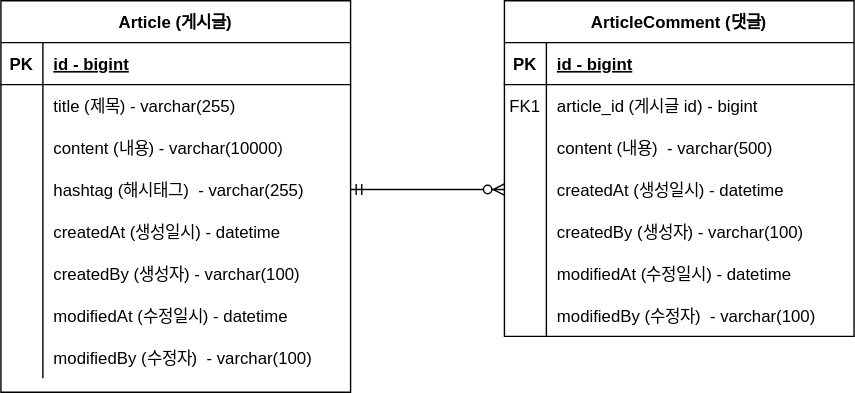
This is document/spring-board-gradle-erd.svg from moner050/spring-board-gradle, a draw.io export, as it was before one commit. Source tidied: cells renumbered, new cells last; positions are measured from the earlier drawing's top-left corner, leaving out a move shared by most shapes.
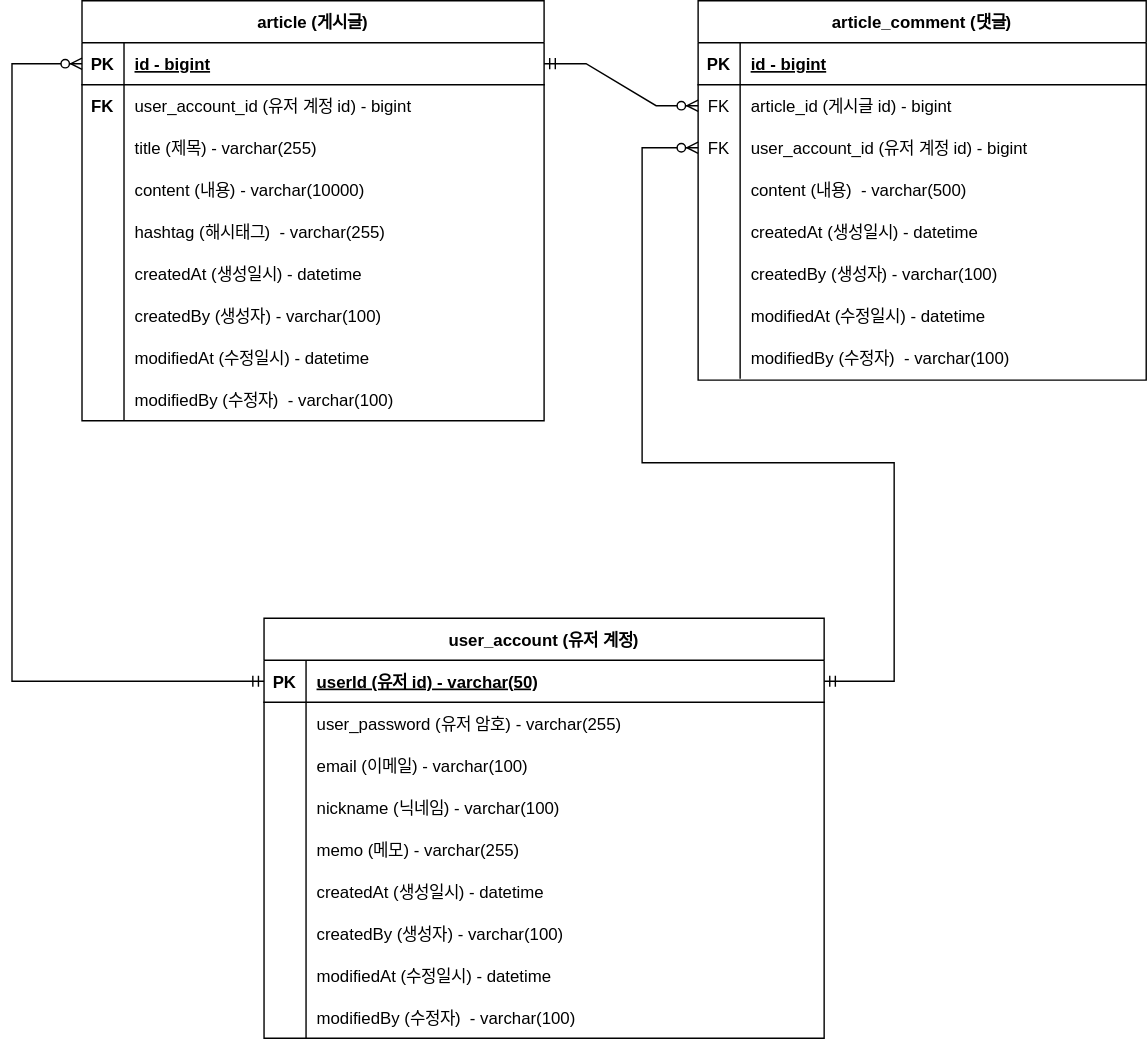
After the commit.

Commit message:
#27 - ERD 에 user_account 추가 및 유니크키 설정

The edit, as a diff of the source:
```diff
@@ -4,7 +4,7 @@
     <mxCell id="1" parent="0" />
-    <mxCell id="2" value="ArticleComment (댓글)" style="shape=table;startSize=30;rowLines=0;fontStyle=1;align=center;" parent="1" vertex="1">
-      <mxGeometry x="360" width="250" height="240" as="geometry" />
+    <mxCell id="2" value="article_comment (댓글)" style="shape=table;startSize=30;rowLines=0;fontStyle=1;align=center;" parent="1" vertex="1">
+      <mxGeometry x="400" y="-70" width="320" height="271" as="geometry" />
     </mxCell>
     <mxCell id="3" style="shape=partialRectangle;fillColor=none;top=0;left=0;right=0;bottom=1;" parent="2" vertex="1">
-      <mxGeometry y="30" width="250" height="30" as="geometry" />
+      <mxGeometry y="30" width="320" height="30" as="geometry" />
     </mxCell>
@@ -14,8 +14,8 @@
     <mxCell id="5" value="id - bigint" style="shape=partialRectangle;overflow=hidden;fillColor=none;top=0;left=0;bottom=0;right=0;align=left;spacingLeft=6;fontStyle=5;" parent="3" vertex="1">
-      <mxGeometry x="30" width="220" height="30" as="geometry" />
+      <mxGeometry x="30" width="290" height="30" as="geometry" />
     </mxCell>
     <mxCell id="6" style="shape=partialRectangle;fillColor=none;points=[[0,0.5],[1,0.5]];portConstraint=eastwest;top=0;left=0;right=0;bottom=0;" parent="2" vertex="1">
-      <mxGeometry y="60" width="250" height="30" as="geometry" />
+      <mxGeometry y="60" width="320" height="30" as="geometry" />
     </mxCell>
-    <mxCell id="7" value="FK1" style="shape=partialRectangle;overflow=hidden;fillColor=none;top=0;left=0;bottom=0;right=0;" parent="6" vertex="1">
+    <mxCell id="7" value="FK" style="shape=partialRectangle;overflow=hidden;fillColor=none;top=0;left=0;bottom=0;right=0;" parent="6" vertex="1">
       <mxGeometry width="30" height="30" as="geometry" />
@@ -23,15 +23,24 @@
     <mxCell id="8" value="article_id (게시글 id) - bigint" style="shape=partialRectangle;overflow=hidden;fillColor=none;top=0;left=0;bottom=0;right=0;align=left;spacingLeft=6;" parent="6" vertex="1">
-      <mxGeometry x="30" width="220" height="30" as="geometry" />
+      <mxGeometry x="30" width="290" height="30" as="geometry" />
     </mxCell>
     <mxCell id="9" style="shape=partialRectangle;fillColor=none;points=[[0,0.5],[1,0.5]];portConstraint=eastwest;top=0;left=0;right=0;bottom=0;" parent="2" vertex="1">
-      <mxGeometry y="90" width="250" height="30" as="geometry" />
+      <mxGeometry y="90" width="320" height="30" as="geometry" />
     </mxCell>
-    <mxCell id="10" style="shape=partialRectangle;overflow=hidden;fillColor=none;top=0;left=0;bottom=0;right=0;" parent="9" vertex="1">
+    <mxCell id="10" value="FK" style="shape=partialRectangle;overflow=hidden;fillColor=none;top=0;left=0;bottom=0;right=0;" parent="9" vertex="1">
       <mxGeometry width="30" height="30" as="geometry" />
     </mxCell>
-    <mxCell id="11" value="content (내용)  - varchar(500)" style="shape=partialRectangle;overflow=hidden;fillColor=none;top=0;left=0;bottom=0;right=0;align=left;spacingLeft=6;" parent="9" vertex="1">
-      <mxGeometry x="30" width="220" height="30" as="geometry" />
+    <mxCell id="11" value="user_account_id (유저 계정 id) - bigint" style="shape=partialRectangle;overflow=hidden;fillColor=none;top=0;left=0;bottom=0;right=0;align=left;spacingLeft=6;" parent="9" vertex="1">
+      <mxGeometry x="30" width="290" height="30" as="geometry" />
     </mxCell>
+    <mxCell id="50" style="shape=partialRectangle;fillColor=none;top=0;left=0;right=0;bottom=0;" parent="2" vertex="1">
+      <mxGeometry y="120" width="320" height="30" as="geometry" />
+    </mxCell>
+    <mxCell id="51" style="shape=partialRectangle;overflow=hidden;fillColor=none;top=0;left=0;bottom=0;right=0;" parent="50" vertex="1">
+      <mxGeometry width="30" height="30" as="geometry" />
+    </mxCell>
+    <mxCell id="52" value="content (내용)  - varchar(500)" style="shape=partialRectangle;overflow=hidden;fillColor=none;top=0;left=0;bottom=0;right=0;align=left;spacingLeft=6;" parent="50" vertex="1">
+      <mxGeometry x="30" width="290" height="30" as="geometry" />
+    </mxCell>
     <mxCell id="12" style="shape=partialRectangle;fillColor=none;points=[[0,0.5],[1,0.5]];portConstraint=eastwest;top=0;left=0;right=0;bottom=0;" parent="2" vertex="1">
-      <mxGeometry y="120" width="250" height="30" as="geometry" />
+      <mxGeometry y="150" width="320" height="30" as="geometry" />
     </mxCell>
@@ -41,6 +50,6 @@
     <mxCell id="14" value="createdAt (생성일시) - datetime" style="shape=partialRectangle;overflow=hidden;fillColor=none;top=0;left=0;bottom=0;right=0;align=left;spacingLeft=6;" parent="12" vertex="1">
-      <mxGeometry x="30" width="220" height="30" as="geometry" />
+      <mxGeometry x="30" width="290" height="30" as="geometry" />
     </mxCell>
     <mxCell id="15" style="shape=partialRectangle;fillColor=none;top=0;left=0;right=0;bottom=0;" parent="2" vertex="1">
-      <mxGeometry y="150" width="250" height="30" as="geometry" />
+      <mxGeometry y="180" width="320" height="30" as="geometry" />
     </mxCell>
@@ -50,6 +59,6 @@
     <mxCell id="17" value="createdBy (생성자) - varchar(100)" style="shape=partialRectangle;overflow=hidden;fillColor=none;top=0;left=0;bottom=0;right=0;align=left;spacingLeft=6;" parent="15" vertex="1">
-      <mxGeometry x="30" width="220" height="30" as="geometry" />
+      <mxGeometry x="30" width="290" height="30" as="geometry" />
     </mxCell>
     <mxCell id="18" style="shape=partialRectangle;fillColor=none;top=0;left=0;right=0;bottom=0;" parent="2" vertex="1">
-      <mxGeometry y="180" width="250" height="30" as="geometry" />
+      <mxGeometry y="210" width="320" height="30" as="geometry" />
     </mxCell>
@@ -59,6 +68,6 @@
     <mxCell id="20" value="modifiedAt (수정일시) - datetime" style="shape=partialRectangle;overflow=hidden;fillColor=none;top=0;left=0;bottom=0;right=0;align=left;spacingLeft=6;" parent="18" vertex="1">
-      <mxGeometry x="30" width="220" height="30" as="geometry" />
+      <mxGeometry x="30" width="290" height="30" as="geometry" />
     </mxCell>
     <mxCell id="21" style="shape=partialRectangle;fillColor=none;top=0;left=0;right=0;bottom=0;" parent="2" vertex="1">
-      <mxGeometry y="210" width="250" height="30" as="geometry" />
+      <mxGeometry y="240" width="320" height="30" as="geometry" />
     </mxCell>
@@ -68,9 +77,9 @@
     <mxCell id="23" value="modifiedBy (수정자)  - varchar(100)" style="shape=partialRectangle;overflow=hidden;fillColor=none;top=0;left=0;bottom=0;right=0;align=left;spacingLeft=6;" parent="21" vertex="1">
-      <mxGeometry x="30" width="220" height="30" as="geometry" />
+      <mxGeometry x="30" width="290" height="30" as="geometry" />
     </mxCell>
-    <mxCell id="24" value="Article (게시글)" style="shape=table;startSize=30;rowLines=0;fontStyle=1;align=center;" parent="1" vertex="1">
-      <mxGeometry width="250" height="280" as="geometry" />
+    <mxCell id="24" value="article (게시글)" style="shape=table;startSize=30;rowLines=0;fontStyle=1;align=center;" parent="1" vertex="1">
+      <mxGeometry x="-40" y="-70" width="330" height="300" as="geometry" />
     </mxCell>
     <mxCell id="25" style="shape=partialRectangle;fillColor=none;points=[[0,0.5],[1,0.5]];portConstraint=eastwest;top=0;left=0;right=0;bottom=1;" parent="24" vertex="1">
-      <mxGeometry y="30" width="250" height="30" as="geometry" />
+      <mxGeometry y="30" width="330" height="30" as="geometry" />
     </mxCell>
@@ -80,15 +89,24 @@
     <mxCell id="27" value="id - bigint" style="shape=partialRectangle;overflow=hidden;fillColor=none;top=0;left=0;bottom=0;right=0;align=left;spacingLeft=6;fontStyle=5;" parent="25" vertex="1">
-      <mxGeometry x="30" width="220" height="30" as="geometry" />
+      <mxGeometry x="30" width="300" height="30" as="geometry" />
     </mxCell>
     <mxCell id="28" style="shape=partialRectangle;fillColor=none;top=0;left=0;right=0;bottom=0;" parent="24" vertex="1">
-      <mxGeometry y="60" width="250" height="30" as="geometry" />
+      <mxGeometry y="60" width="330" height="30" as="geometry" />
     </mxCell>
-    <mxCell id="29" style="shape=partialRectangle;overflow=hidden;fillColor=none;top=0;left=0;bottom=0;right=0;" parent="28" vertex="1">
+    <mxCell id="29" value="FK" style="shape=partialRectangle;overflow=hidden;fillColor=none;top=0;left=0;bottom=0;right=0;fontStyle=1;" parent="28" vertex="1">
       <mxGeometry width="30" height="30" as="geometry" />
     </mxCell>
-    <mxCell id="30" value="title (제목) - varchar(255)" style="shape=partialRectangle;overflow=hidden;fillColor=none;top=0;left=0;bottom=0;right=0;align=left;spacingLeft=6;" parent="28" vertex="1">
-      <mxGeometry x="30" width="220" height="30" as="geometry" />
+    <mxCell id="30" value="user_account_id (유저 계정 id) - bigint" style="shape=partialRectangle;overflow=hidden;fillColor=none;top=0;left=0;bottom=0;right=0;align=left;spacingLeft=6;" parent="28" vertex="1">
+      <mxGeometry x="30" width="300" height="30" as="geometry" />
     </mxCell>
+    <mxCell id="53" style="shape=partialRectangle;fillColor=none;top=0;left=0;right=0;bottom=0;" parent="24" vertex="1">
+      <mxGeometry y="90" width="330" height="30" as="geometry" />
+    </mxCell>
+    <mxCell id="54" style="shape=partialRectangle;overflow=hidden;fillColor=none;top=0;left=0;bottom=0;right=0;fontStyle=1;" parent="53" vertex="1">
+      <mxGeometry width="30" height="30" as="geometry" />
+    </mxCell>
+    <mxCell id="55" value="title (제목) - varchar(255)" style="shape=partialRectangle;overflow=hidden;fillColor=none;top=0;left=0;bottom=0;right=0;align=left;spacingLeft=6;" parent="53" vertex="1">
+      <mxGeometry x="30" width="300" height="30" as="geometry" />
+    </mxCell>
     <mxCell id="31" style="shape=partialRectangle;fillColor=none;top=0;left=0;right=0;bottom=0;" parent="24" vertex="1">
-      <mxGeometry y="90" width="250" height="30" as="geometry" />
+      <mxGeometry y="120" width="330" height="30" as="geometry" />
     </mxCell>
@@ -98,6 +116,6 @@
     <mxCell id="33" value="content (내용) - varchar(10000)" style="shape=partialRectangle;overflow=hidden;fillColor=none;top=0;left=0;bottom=0;right=0;align=left;spacingLeft=6;" parent="31" vertex="1">
-      <mxGeometry x="30" width="220" height="30" as="geometry" />
+      <mxGeometry x="30" width="300" height="30" as="geometry" />
     </mxCell>
     <mxCell id="34" style="shape=partialRectangle;fillColor=none;points=[[0,0.5],[1,0.5]];portConstraint=eastwest;top=0;left=0;right=0;bottom=0;" parent="24" vertex="1">
-      <mxGeometry y="120" width="250" height="30" as="geometry" />
+      <mxGeometry y="150" width="330" height="30" as="geometry" />
     </mxCell>
@@ -107,6 +125,6 @@
     <mxCell id="36" value="hashtag (해시태그)  - varchar(255)" style="shape=partialRectangle;overflow=hidden;fillColor=none;top=0;left=0;bottom=0;right=0;align=left;spacingLeft=6;" parent="34" vertex="1">
-      <mxGeometry x="30" width="220" height="30" as="geometry" />
+      <mxGeometry x="30" width="300" height="30" as="geometry" />
     </mxCell>
     <mxCell id="37" style="shape=partialRectangle;fillColor=none;top=0;left=0;right=0;bottom=0;" parent="24" vertex="1">
-      <mxGeometry y="150" width="250" height="30" as="geometry" />
+      <mxGeometry y="180" width="330" height="30" as="geometry" />
     </mxCell>
@@ -116,6 +134,6 @@
     <mxCell id="39" value="createdAt (생성일시) - datetime" style="shape=partialRectangle;overflow=hidden;fillColor=none;top=0;left=0;bottom=0;right=0;align=left;spacingLeft=6;" parent="37" vertex="1">
-      <mxGeometry x="30" width="220" height="30" as="geometry" />
+      <mxGeometry x="30" width="300" height="30" as="geometry" />
     </mxCell>
     <mxCell id="40" style="shape=partialRectangle;fillColor=none;top=0;left=0;right=0;bottom=0;" parent="24" vertex="1">
-      <mxGeometry y="180" width="250" height="30" as="geometry" />
+      <mxGeometry y="210" width="330" height="30" as="geometry" />
     </mxCell>
@@ -125,6 +143,6 @@
     <mxCell id="42" value="createdBy (생성자) - varchar(100)" style="shape=partialRectangle;overflow=hidden;fillColor=none;top=0;left=0;bottom=0;right=0;align=left;spacingLeft=6;" parent="40" vertex="1">
-      <mxGeometry x="30" width="220" height="30" as="geometry" />
+      <mxGeometry x="30" width="300" height="30" as="geometry" />
     </mxCell>
     <mxCell id="43" style="shape=partialRectangle;fillColor=none;top=0;left=0;right=0;bottom=0;" parent="24" vertex="1">
-      <mxGeometry y="210" width="250" height="30" as="geometry" />
+      <mxGeometry y="240" width="330" height="30" as="geometry" />
     </mxCell>
@@ -134,6 +152,6 @@
     <mxCell id="45" value="modifiedAt (수정일시) - datetime" style="shape=partialRectangle;overflow=hidden;fillColor=none;top=0;left=0;bottom=0;right=0;align=left;spacingLeft=6;" parent="43" vertex="1">
-      <mxGeometry x="30" width="220" height="30" as="geometry" />
+      <mxGeometry x="30" width="300" height="30" as="geometry" />
     </mxCell>
     <mxCell id="46" style="shape=partialRectangle;fillColor=none;top=0;left=0;right=0;bottom=0;" parent="24" vertex="1">
-      <mxGeometry y="240" width="250" height="30" as="geometry" />
+      <mxGeometry y="270" width="330" height="30" as="geometry" />
     </mxCell>
@@ -143,7 +161,109 @@
     <mxCell id="48" value="modifiedBy (수정자)  - varchar(100)" style="shape=partialRectangle;overflow=hidden;fillColor=none;top=0;left=0;bottom=0;right=0;align=left;spacingLeft=6;" parent="46" vertex="1">
-      <mxGeometry x="30" width="220" height="30" as="geometry" />
+      <mxGeometry x="30" width="300" height="30" as="geometry" />
     </mxCell>
-    <mxCell id="49" style="edgeStyle=entityRelationEdgeStyle;fontSize=12;html=1;endArrow=ERzeroToMany;startArrow=ERmandOne;rounded=0;entryX=0;entryY=0.5;entryDx=0;entryDy=0;exitX=1;exitY=0.5;exitDx=0;exitDy=0;" parent="1" edge="1" source="34" target="12">
+    <mxCell id="49" style="edgeStyle=entityRelationEdgeStyle;fontSize=12;html=1;endArrow=ERzeroToMany;startArrow=ERmandOne;rounded=0;entryX=0;entryY=0.5;entryDx=0;entryDy=0;exitX=1;exitY=0.5;exitDx=0;exitDy=0;" parent="1" edge="1" source="25" target="6">
       <mxGeometry relative="1" as="geometry" />
     </mxCell>
+    <mxCell id="56" value="user_account (유저 계정)" style="shape=table;startSize=30;rowLines=0;fontStyle=1;align=center;" parent="1" vertex="1">
+      <mxGeometry x="90" y="371" width="400" height="300" as="geometry" />
+    </mxCell>
+    <mxCell id="57" style="shape=tableRow;horizontal=0;startSize=0;swimlaneHead=0;swimlaneBody=0;fillColor=none;points=[[0,0.5],[1,0.5]];portConstraint=eastwest;top=0;left=0;right=0;bottom=1;" parent="56" vertex="1">
+      <mxGeometry y="30" width="400" height="30" as="geometry" />
+    </mxCell>
+    <mxCell id="58" value="PK" style="shape=partialRectangle;fillColor=none;top=0;left=0;bottom=0;right=0;fontStyle=1;overflow=hidden;" parent="57" vertex="1">
+      <mxGeometry width="30" height="30" as="geometry" />
+    </mxCell>
+    <mxCell id="59" value="userId (유저 id) - varchar(50)" style="shape=partialRectangle;fillColor=none;top=0;left=0;bottom=0;right=0;align=left;spacingLeft=6;fontStyle=5;overflow=hidden;" parent="57" vertex="1">
+      <mxGeometry x="30" width="370" height="30" as="geometry" />
+    </mxCell>
+    <mxCell id="60" style="shape=tableRow;horizontal=0;startSize=0;swimlaneHead=0;swimlaneBody=0;fillColor=none;top=0;left=0;right=0;bottom=0;" parent="56" vertex="1">
+      <mxGeometry y="60" width="400" height="30" as="geometry" />
+    </mxCell>
+    <mxCell id="61" style="shape=partialRectangle;fillColor=none;top=0;left=0;bottom=0;right=0;overflow=hidden;" parent="60" vertex="1">
+      <mxGeometry width="30" height="30" as="geometry" />
+    </mxCell>
+    <mxCell id="62" value="user_password (유저 암호) - varchar(255)" style="shape=partialRectangle;fillColor=none;top=0;left=0;bottom=0;right=0;align=left;spacingLeft=6;overflow=hidden;" parent="60" vertex="1">
+      <mxGeometry x="30" width="370" height="30" as="geometry" />
+    </mxCell>
+    <mxCell id="63" style="shape=tableRow;horizontal=0;startSize=0;swimlaneHead=0;swimlaneBody=0;fillColor=none;top=0;left=0;right=0;bottom=0;" parent="56" vertex="1">
+      <mxGeometry y="90" width="400" height="30" as="geometry" />
+    </mxCell>
+    <mxCell id="64" style="shape=partialRectangle;fillColor=none;top=0;left=0;bottom=0;right=0;overflow=hidden;" parent="63" vertex="1">
+      <mxGeometry width="30" height="30" as="geometry" />
+    </mxCell>
+    <mxCell id="65" value="email (이메일) - varchar(100)" style="shape=partialRectangle;fillColor=none;top=0;left=0;bottom=0;right=0;align=left;spacingLeft=6;overflow=hidden;" parent="63" vertex="1">
+      <mxGeometry x="30" width="370" height="30" as="geometry" />
+    </mxCell>
+    <mxCell id="66" style="shape=tableRow;horizontal=0;startSize=0;swimlaneHead=0;swimlaneBody=0;fillColor=none;top=0;left=0;right=0;bottom=0;" parent="56" vertex="1">
+      <mxGeometry y="120" width="400" height="30" as="geometry" />
+    </mxCell>
+    <mxCell id="67" style="shape=partialRectangle;fillColor=none;top=0;left=0;bottom=0;right=0;overflow=hidden;" parent="66" vertex="1">
+      <mxGeometry width="30" height="30" as="geometry" />
+    </mxCell>
+    <mxCell id="68" value="nickname (닉네임) - varchar(100)" style="shape=partialRectangle;fillColor=none;top=0;left=0;bottom=0;right=0;align=left;spacingLeft=6;overflow=hidden;" parent="66" vertex="1">
+      <mxGeometry x="30" width="370" height="30" as="geometry" />
+    </mxCell>
+    <mxCell id="69" style="shape=tableRow;horizontal=0;startSize=0;swimlaneHead=0;swimlaneBody=0;fillColor=none;top=0;left=0;right=0;bottom=0;" parent="56" vertex="1">
+      <mxGeometry y="150" width="400" height="30" as="geometry" />
+    </mxCell>
+    <mxCell id="70" style="shape=partialRectangle;fillColor=none;top=0;left=0;bottom=0;right=0;overflow=hidden;" parent="69" vertex="1">
+      <mxGeometry width="30" height="30" as="geometry" />
+    </mxCell>
+    <mxCell id="71" value="memo (메모) - varchar(255)" style="shape=partialRectangle;fillColor=none;top=0;left=0;bottom=0;right=0;align=left;spacingLeft=6;overflow=hidden;" parent="69" vertex="1">
+      <mxGeometry x="30" width="370" height="30" as="geometry" />
+    </mxCell>
+    <mxCell id="72" style="shape=tableRow;horizontal=0;startSize=0;swimlaneHead=0;swimlaneBody=0;fillColor=none;top=0;left=0;right=0;bottom=0;" parent="56" vertex="1">
+      <mxGeometry y="180" width="400" height="30" as="geometry" />
+    </mxCell>
+    <mxCell id="73" style="shape=partialRectangle;fillColor=none;top=0;left=0;bottom=0;right=0;overflow=hidden;" parent="72" vertex="1">
+      <mxGeometry width="30" height="30" as="geometry" />
+    </mxCell>
+    <mxCell id="74" value="createdAt (생성일시) - datetime" style="shape=partialRectangle;fillColor=none;top=0;left=0;bottom=0;right=0;align=left;spacingLeft=6;overflow=hidden;" parent="72" vertex="1">
+      <mxGeometry x="30" width="370" height="30" as="geometry" />
+    </mxCell>
+    <mxCell id="75" style="shape=tableRow;horizontal=0;startSize=0;swimlaneHead=0;swimlaneBody=0;fillColor=none;top=0;left=0;right=0;bottom=0;" parent="56" vertex="1">
+      <mxGeometry y="210" width="400" height="30" as="geometry" />
+    </mxCell>
+    <mxCell id="76" style="shape=partialRectangle;fillColor=none;top=0;left=0;bottom=0;right=0;overflow=hidden;" parent="75" vertex="1">
+      <mxGeometry width="30" height="30" as="geometry" />
+    </mxCell>
+    <mxCell id="77" value="createdBy (생성자) - varchar(100)" style="shape=partialRectangle;fillColor=none;top=0;left=0;bottom=0;right=0;align=left;spacingLeft=6;overflow=hidden;" parent="75" vertex="1">
+      <mxGeometry x="30" width="370" height="30" as="geometry" />
+    </mxCell>
+    <mxCell id="78" style="shape=tableRow;horizontal=0;startSize=0;swimlaneHead=0;swimlaneBody=0;fillColor=none;top=0;left=0;right=0;bottom=0;" parent="56" vertex="1">
+      <mxGeometry y="240" width="400" height="30" as="geometry" />
+    </mxCell>
+    <mxCell id="79" style="shape=partialRectangle;fillColor=none;top=0;left=0;bottom=0;right=0;overflow=hidden;" parent="78" vertex="1">
+      <mxGeometry width="30" height="30" as="geometry" />
+    </mxCell>
+    <mxCell id="80" value="modifiedAt (수정일시) - datetime" style="shape=partialRectangle;fillColor=none;top=0;left=0;bottom=0;right=0;align=left;spacingLeft=6;overflow=hidden;" parent="78" vertex="1">
+      <mxGeometry x="30" width="370" height="30" as="geometry" />
+    </mxCell>
+    <mxCell id="81" style="shape=tableRow;horizontal=0;startSize=0;swimlaneHead=0;swimlaneBody=0;fillColor=none;top=0;left=0;right=0;bottom=0;" parent="56" vertex="1">
+      <mxGeometry y="270" width="400" height="30" as="geometry" />
+    </mxCell>
+    <mxCell id="82" style="shape=partialRectangle;fillColor=none;top=0;left=0;bottom=0;right=0;overflow=hidden;" parent="81" vertex="1">
+      <mxGeometry width="30" height="30" as="geometry" />
+    </mxCell>
+    <mxCell id="83" value="modifiedBy (수정자)  - varchar(100)" style="shape=partialRectangle;fillColor=none;top=0;left=0;bottom=0;right=0;align=left;spacingLeft=6;overflow=hidden;" parent="81" vertex="1">
+      <mxGeometry x="30" width="370" height="30" as="geometry" />
+    </mxCell>
+    <mxCell id="84" style="edgeStyle=orthogonalEdgeStyle;fontSize=12;html=1;endArrow=ERzeroToMany;startArrow=ERmandOne;rounded=0;exitX=1;exitY=0.5;exitDx=0;exitDy=0;strokeColor=default;entryX=0;entryY=0.5;entryDx=0;entryDy=0;" parent="1" edge="1" source="57" target="9">
+      <mxGeometry relative="1" as="geometry">
+        <Array as="points">
+          <mxPoint x="540" y="416" />
+          <mxPoint x="540" y="260" />
+          <mxPoint x="360" y="260" />
+          <mxPoint x="360" y="35" />
+        </Array>
+      </mxGeometry>
+    </mxCell>
+    <mxCell id="85" style="edgeStyle=elbowEdgeStyle;fontSize=12;html=1;endArrow=ERzeroToMany;startArrow=ERmandOne;rounded=0;strokeColor=default;exitX=0;exitY=0.5;exitDx=0;exitDy=0;entryX=0;entryY=0.5;entryDx=0;entryDy=0;" parent="1" edge="1" source="57" target="25">
+      <mxGeometry relative="1" as="geometry">
+        <Array as="points">
+          <mxPoint x="-90" y="190" />
+          <mxPoint x="-60" y="340" />
+        </Array>
+      </mxGeometry>
+    </mxCell>
   </root>
```
